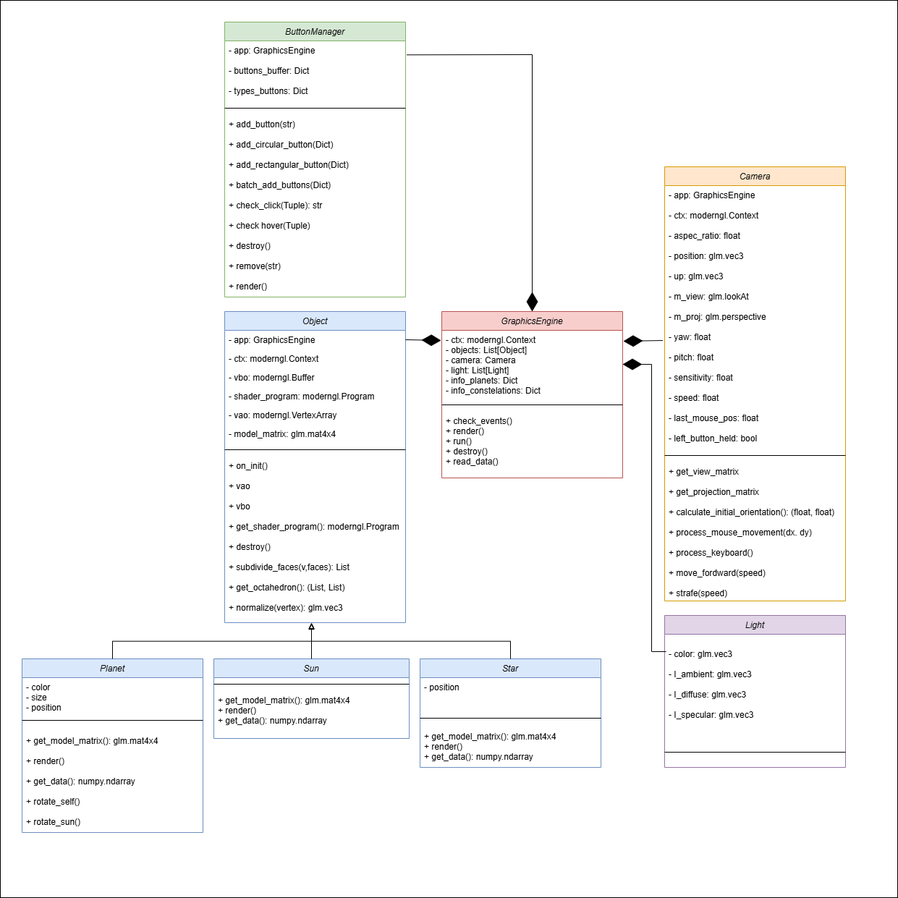
The draw.io diagram disseny/Diagrama de classes.png in guillemgarcia2183/Sistema-Solar, before a commit. Source tidied: cells renumbered, new cells last; positions are measured from the earlier drawing's top-left corner, leaving out a move shared by most shapes.
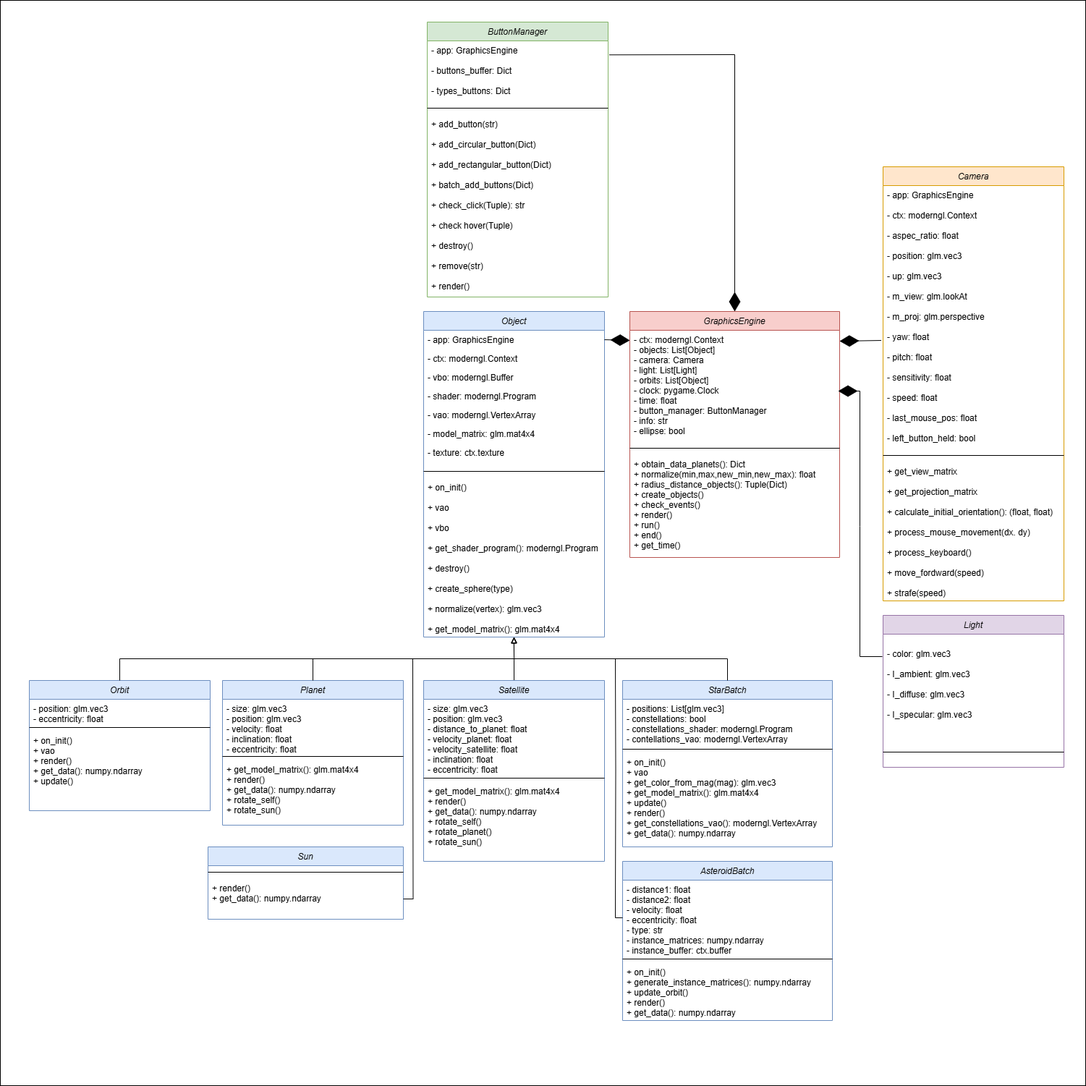
After the commit.

Commit message:
class diagram  updated

What changed in the source:
```diff
@@ -5,6 +5,6 @@
     <mxCell id="2" style="whiteSpace=wrap;html=1;fillColor=#FFFFFF;" parent="1" vertex="1">
-      <mxGeometry width="1240" height="1240" as="geometry" />
+      <mxGeometry x="-280" width="1500" height="1500" as="geometry" />
     </mxCell>
     <mxCell id="3" value="Object" style="swimlane;fontStyle=2;align=center;verticalAlign=top;horizontal=1;startSize=26;rounded=0;shadow=0;strokeWidth=1;fillColor=#dae8fc;strokeColor=#6c8ebf;" parent="1" vertex="1">
-      <mxGeometry x="310" y="430" width="250" height="430" as="geometry" />
+      <mxGeometry x="305" y="430" width="250" height="450" as="geometry" />
     </mxCell>
@@ -19,3 +19,3 @@
     </mxCell>
-    <mxCell id="7" value="- shader_program: moderngl.Program" style="text;align=left;verticalAlign=top;spacingLeft=4;spacingRight=4;overflow=hidden;rounded=0;shadow=0;html=0;" parent="3" vertex="1">
+    <mxCell id="7" value="- shader: moderngl.Program" style="text;align=left;verticalAlign=top;spacingLeft=4;spacingRight=4;overflow=hidden;rounded=0;shadow=0;html=0;" parent="3" vertex="1">
       <mxGeometry y="104" width="250" height="26" as="geometry" />
@@ -25,13 +25,16 @@
     </mxCell>
-    <mxCell id="9" value="- model_matrix: glm.mat4x4" style="text;align=left;verticalAlign=top;spacingLeft=4;spacingRight=4;overflow=hidden;rounded=0;shadow=0;html=0;" parent="3" vertex="1">
+    <mxCell id="9" value="- model_matrix: glm.mat4x4&#10;&#10;" style="text;align=left;verticalAlign=top;spacingLeft=4;spacingRight=4;overflow=hidden;rounded=0;shadow=0;html=0;" parent="3" vertex="1">
       <mxGeometry y="156" width="250" height="26" as="geometry" />
     </mxCell>
+    <mxCell id="45" value="- texture: ctx.texture&#10;&#10;" style="text;align=left;verticalAlign=top;spacingLeft=4;spacingRight=4;overflow=hidden;rounded=0;shadow=0;html=0;" parent="3" vertex="1">
+      <mxGeometry y="182" width="250" height="30" as="geometry" />
+    </mxCell>
     <mxCell id="10" style="line;html=1;strokeWidth=1;align=left;verticalAlign=middle;spacingTop=-1;spacingLeft=3;spacingRight=3;labelPosition=right;" parent="3" vertex="1">
-      <mxGeometry y="182" width="250" height="18" as="geometry" />
+      <mxGeometry y="212" width="250" height="18" as="geometry" />
     </mxCell>
-    <mxCell id="11" value="+ on_init()&#10;&#10;+ vao&#10;&#10;+ vbo&#10;&#10;+ get_shader_program(): moderngl.Program&#10;&#10;+ destroy()&#10;&#10;+ subdivide_faces(v,faces): List&#10;&#10;+ get_octahedron(): (List, List)&#10;&#10;+ normalize(vertex): glm.vec3&#10;&#10;" style="text;align=left;verticalAlign=top;spacingLeft=4;spacingRight=4;overflow=hidden;points=[[0,0.5],[1,0.5]];portConstraint=eastwest;" parent="3" vertex="1">
-      <mxGeometry y="200" width="250" height="230" as="geometry" />
+    <mxCell id="11" value="+ on_init()&#10;&#10;+ vao&#10;&#10;+ vbo&#10;&#10;+ get_shader_program(): moderngl.Program&#10;&#10;+ destroy()&#10;&#10;+ create_sphere(type)&#10;&#10;+ normalize(vertex): glm.vec3&#10;&#10;+ get_model_matrix(): glm.mat4x4" style="text;align=left;verticalAlign=top;spacingLeft=4;spacingRight=4;overflow=hidden;points=[[0,0.5],[1,0.5]];portConstraint=eastwest;" parent="3" vertex="1">
+      <mxGeometry y="230" width="250" height="220" as="geometry" />
     </mxCell>
     <mxCell id="12" value="Camera" style="swimlane;fontStyle=2;align=center;verticalAlign=top;horizontal=1;startSize=26;rounded=0;shadow=0;strokeWidth=1;fillColor=#ffe6cc;strokeColor=#d79b00;" parent="1" vertex="1">
-      <mxGeometry x="918" y="230" width="250" height="600" as="geometry" />
+      <mxGeometry x="940" y="230" width="250" height="600" as="geometry" />
     </mxCell>
@@ -47,24 +50,24 @@
     <mxCell id="16" value="Planet" style="swimlane;fontStyle=2;align=center;verticalAlign=top;horizontal=1;startSize=26;rounded=0;shadow=0;strokeWidth=1;fillColor=#dae8fc;strokeColor=#6c8ebf;" parent="1" vertex="1">
-      <mxGeometry x="30" y="910" width="250" height="240" as="geometry" />
+      <mxGeometry x="27" y="940" width="250" height="200" as="geometry" />
     </mxCell>
-    <mxCell id="17" value="- color&#10;- size&#10;- position" style="text;align=left;verticalAlign=top;spacingLeft=4;spacingRight=4;overflow=hidden;" parent="16" vertex="1">
-      <mxGeometry y="26" width="250" height="44" as="geometry" />
+    <mxCell id="17" value="- size: glm.vec3&#10;- position: glm.vec3&#10;- velocity: float&#10;- inclination: float&#10;- eccentricity: float" style="text;align=left;verticalAlign=top;spacingLeft=4;spacingRight=4;overflow=hidden;" parent="16" vertex="1">
+      <mxGeometry y="26" width="250" height="74" as="geometry" />
     </mxCell>
     <mxCell id="18" style="line;html=1;strokeWidth=1;align=left;verticalAlign=middle;spacingTop=-1;spacingLeft=3;spacingRight=3;labelPosition=right;" parent="16" vertex="1">
-      <mxGeometry y="70" width="250" height="30" as="geometry" />
+      <mxGeometry y="100" width="250" height="10" as="geometry" />
     </mxCell>
-    <mxCell id="19" value="+ get_model_matrix(): glm.mat4x4&#10;&#10;+ render()&#10;&#10;+ get_data(): numpy.ndarray&#10;&#10;+ rotate_self()&#10;&#10;+ rotate_sun()&#10;" style="text;align=left;verticalAlign=top;spacingLeft=4;spacingRight=4;overflow=hidden;" parent="16" vertex="1">
-      <mxGeometry y="100" width="250" height="140" as="geometry" />
+    <mxCell id="19" value="+ get_model_matrix(): glm.mat4x4&#10;+ render()&#10;+ get_data(): numpy.ndarray&#10;+ rotate_self()&#10;+ rotate_sun()&#10;" style="text;align=left;verticalAlign=top;spacingLeft=4;spacingRight=4;overflow=hidden;" parent="16" vertex="1">
+      <mxGeometry y="110" width="250" height="90" as="geometry" />
     </mxCell>
-    <mxCell id="20" value="Star" style="swimlane;fontStyle=2;align=center;verticalAlign=top;horizontal=1;startSize=26;rounded=0;shadow=0;strokeWidth=1;fillColor=#dae8fc;strokeColor=#6c8ebf;" parent="1" vertex="1">
-      <mxGeometry x="580" y="910" width="250" height="150" as="geometry" />
+    <mxCell id="20" value="StarBatch" style="swimlane;fontStyle=2;align=center;verticalAlign=top;horizontal=1;startSize=26;rounded=0;shadow=0;strokeWidth=1;fillColor=#dae8fc;strokeColor=#6c8ebf;" parent="1" vertex="1">
+      <mxGeometry x="580" y="940" width="290" height="230" as="geometry" />
     </mxCell>
-    <mxCell id="21" value="- position" style="text;align=left;verticalAlign=top;spacingLeft=4;spacingRight=4;overflow=hidden;" parent="20" vertex="1">
-      <mxGeometry y="26" width="250" height="44" as="geometry" />
+    <mxCell id="21" value="- positions: List[glm.vec3]&#10;- constellations: bool&#10;- constellations_shader: moderngl.Program&#10;- contellations_vao: moderngl.VertexArray" style="text;align=left;verticalAlign=top;spacingLeft=4;spacingRight=4;overflow=hidden;" parent="20" vertex="1">
+      <mxGeometry y="26" width="290" height="64" as="geometry" />
     </mxCell>
     <mxCell id="22" style="line;html=1;strokeWidth=1;align=left;verticalAlign=middle;spacingTop=-1;spacingLeft=3;spacingRight=3;labelPosition=right;" parent="20" vertex="1">
-      <mxGeometry y="70" width="250" height="24" as="geometry" />
+      <mxGeometry y="90" width="290" height="10" as="geometry" />
     </mxCell>
-    <mxCell id="23" value="+ get_model_matrix(): glm.mat4x4&#10;+ render()&#10;+ get_data(): numpy.ndarray&#10;&#10;" style="text;align=left;verticalAlign=top;spacingLeft=4;spacingRight=4;overflow=hidden;" parent="20" vertex="1">
-      <mxGeometry y="94" width="250" height="56" as="geometry" />
+    <mxCell id="23" value="+ on_init()&#10;+ vao&#10;+ get_color_from_mag(mag): glm.vec3&#10;+ get_model_matrix(): glm.mat4x4&#10;+ update()&#10;+ render()&#10;+ get_constellations_vao(): moderngl.VertexArray&#10;+ get_data(): numpy.ndarray" style="text;align=left;verticalAlign=top;spacingLeft=4;spacingRight=4;overflow=hidden;" parent="20" vertex="1">
+      <mxGeometry y="100" width="290" height="120" as="geometry" />
     </mxCell>
@@ -72,3 +75,3 @@
       <mxGeometry relative="1" as="geometry">
-        <mxPoint x="430" y="861" as="targetPoint" />
+        <mxPoint x="430" y="880" as="targetPoint" />
       </mxGeometry>
@@ -77,3 +80,3 @@
       <mxGeometry relative="1" as="geometry">
-        <mxPoint x="430" y="861" as="targetPoint" />
+        <mxPoint x="430" y="880" as="targetPoint" />
       </mxGeometry>
@@ -81,12 +84,12 @@
     <mxCell id="26" value="GraphicsEngine" style="swimlane;fontStyle=2;align=center;verticalAlign=top;horizontal=1;startSize=26;rounded=0;shadow=0;strokeWidth=1;fillColor=#f8cecc;strokeColor=#b85450;" parent="1" vertex="1">
-      <mxGeometry x="610" y="430" width="250" height="230" as="geometry" />
+      <mxGeometry x="590" y="430" width="290" height="340" as="geometry" />
     </mxCell>
-    <mxCell id="27" value="- ctx: moderngl.Context&#10;- objects: List[Object]&#10;- camera: Camera&#10;- light: List[Light]&#10;- info_planets: Dict&#10;- info_constelations: Dict" style="text;align=left;verticalAlign=top;spacingLeft=4;spacingRight=4;overflow=hidden;points=[[0,0.5],[1,0.5]];portConstraint=eastwest;rounded=0;shadow=0;html=0;" parent="26" vertex="1">
-      <mxGeometry y="26" width="250" height="94" as="geometry" />
+    <mxCell id="27" value="- ctx: moderngl.Context&#10;- objects: List[Object]&#10;- camera: Camera&#10;- light: List[Light]&#10;- orbits: List[Object]&#10;- clock: pygame.Clock&#10;- time: float&#10;- button_manager: ButtonManager&#10;- info: str&#10;- ellipse: bool" style="text;align=left;verticalAlign=top;spacingLeft=4;spacingRight=4;overflow=hidden;points=[[0,0.5],[1,0.5]];portConstraint=eastwest;rounded=0;shadow=0;html=0;" parent="26" vertex="1">
+      <mxGeometry y="26" width="290" height="154" as="geometry" />
     </mxCell>
     <mxCell id="28" style="line;html=1;strokeWidth=1;align=left;verticalAlign=middle;spacingTop=-1;spacingLeft=3;spacingRight=3;labelPosition=right;" parent="26" vertex="1">
-      <mxGeometry y="120" width="250" height="18" as="geometry" />
+      <mxGeometry y="180" width="290" height="18" as="geometry" />
     </mxCell>
-    <mxCell id="29" value="+ check_events()&#10;+ render()&#10;+ run()&#10;+ destroy()&#10;+ read_data()&#10;" style="text;align=left;verticalAlign=top;spacingLeft=4;spacingRight=4;overflow=hidden;" parent="26" vertex="1">
-      <mxGeometry y="138" width="250" height="92" as="geometry" />
+    <mxCell id="29" value="+ obtain_data_planets(): Dict&#10;+ normalize(min,max,new_min,new_max): float&#10;+ radius_distance_objects(): Tuple(Dict)&#10;+ create_objects()&#10;+ check_events()&#10;+ render()&#10;+ run()&#10;+ end()&#10;+ get_time()&#10;" style="text;align=left;verticalAlign=top;spacingLeft=4;spacingRight=4;overflow=hidden;" parent="26" vertex="1">
+      <mxGeometry y="198" width="290" height="132" as="geometry" />
     </mxCell>
@@ -94,8 +97,8 @@
       <mxGeometry relative="1" as="geometry">
-        <mxPoint x="609" y="470" as="targetPoint" />
+        <mxPoint x="590" y="470" as="targetPoint" />
       </mxGeometry>
     </mxCell>
-    <mxCell id="31" style="endArrow=diamondThin;endFill=1;endSize=24;html=1;rounded=0;entryX=1;entryY=0.5;entryDx=0;entryDy=0;exitX=-0.01;exitY=0.588;exitDx=0;exitDy=0;exitPerimeter=0;" parent="1" edge="1" source="13">
+    <mxCell id="31" style="endArrow=diamondThin;endFill=1;endSize=24;html=1;rounded=0;exitX=-0.01;exitY=0.588;exitDx=0;exitDy=0;exitPerimeter=0;" parent="1" edge="1" source="13">
       <mxGeometry relative="1" as="geometry">
-        <mxPoint x="861" y="471" as="targetPoint" />
+        <mxPoint x="880" y="471" as="targetPoint" />
       </mxGeometry>
@@ -103,3 +106,3 @@
     <mxCell id="32" value="Light" style="swimlane;fontStyle=2;align=center;verticalAlign=top;horizontal=1;startSize=26;rounded=0;shadow=0;strokeWidth=1;fillColor=#e1d5e7;strokeColor=#9673a6;" parent="1" vertex="1">
-      <mxGeometry x="918" y="850" width="250" height="210" as="geometry" />
+      <mxGeometry x="940" y="850" width="250" height="210" as="geometry" />
     </mxCell>
@@ -111,8 +114,10 @@
     </mxCell>
-    <mxCell id="35" style="endArrow=diamondThin;endFill=1;endSize=24;html=1;rounded=0;entryX=1;entryY=0.5;entryDx=0;entryDy=0;" parent="1" edge="1" target="27">
+    <mxCell id="35" style="endArrow=diamondThin;endFill=1;endSize=24;html=1;rounded=0;entryX=1;entryY=0.5;entryDx=0;entryDy=0;" parent="1" edge="1">
       <mxGeometry relative="1" as="geometry">
-        <mxPoint x="920" y="900" as="sourcePoint" />
+        <mxPoint x="939" y="907" as="sourcePoint" />
+        <mxPoint x="878" y="540" as="targetPoint" />
         <Array as="points">
-          <mxPoint x="900" y="900" />
-          <mxPoint x="900" y="503" />
+          <mxPoint x="908" y="907" />
+          <mxPoint x="908" y="727" />
+          <mxPoint x="908" y="540" />
         </Array>
@@ -121,3 +126,3 @@
     <mxCell id="36" value="Sun" style="swimlane;fontStyle=2;align=center;verticalAlign=top;horizontal=1;startSize=26;rounded=0;shadow=0;strokeWidth=1;fillColor=#dae8fc;strokeColor=#6c8ebf;" parent="1" vertex="1">
-      <mxGeometry x="295" y="910" width="270" height="110" as="geometry" />
+      <mxGeometry x="7" y="1170" width="270" height="100" as="geometry" />
     </mxCell>
@@ -126,3 +131,3 @@
     </mxCell>
-    <mxCell id="38" value="+ get_model_matrix(): glm.mat4x4&#10;+ render()&#10;+ get_data(): numpy.ndarray&#10;&#10;" style="text;align=left;verticalAlign=top;spacingLeft=4;spacingRight=4;overflow=hidden;points=[[0,0.5],[1,0.5]];portConstraint=eastwest;" parent="36" vertex="1">
+    <mxCell id="38" value="+ render()&#10;+ get_data(): numpy.ndarray&#10;&#10;" style="text;align=left;verticalAlign=top;spacingLeft=4;spacingRight=4;overflow=hidden;points=[[0,0.5],[1,0.5]];portConstraint=eastwest;" parent="36" vertex="1">
       <mxGeometry y="44" width="270" height="56" as="geometry" />
@@ -148,7 +153,56 @@
     </mxCell>
-    <mxCell id="44" style="endArrow=block;html=1;endFill=0;edgeStyle=elbowEdgeStyle;elbow=vertical;rounded=0;exitX=0.5;exitY=0;exitDx=0;exitDy=0;" parent="1" edge="1" source="36">
-      <mxGeometry relative="1" as="geometry">
-        <mxPoint x="430" y="860" as="targetPoint" />
-      </mxGeometry>
+    <mxCell id="44" style="endArrow=block;html=1;endFill=0;edgeStyle=elbowEdgeStyle;elbow=vertical;rounded=0;exitX=0.5;exitY=0;exitDx=0;exitDy=0;entryX=0.499;entryY=1.002;entryDx=0;entryDy=0;entryPerimeter=0;" parent="1" edge="1" source="46" target="11">
+      <mxGeometry relative="1" as="geometry" />
     </mxCell>
+    <mxCell id="46" value="Satellite" style="swimlane;fontStyle=2;align=center;verticalAlign=top;horizontal=1;startSize=26;rounded=0;shadow=0;strokeWidth=1;fillColor=#dae8fc;strokeColor=#6c8ebf;" parent="1" vertex="1">
+      <mxGeometry x="305" y="940" width="250" height="250" as="geometry" />
+    </mxCell>
+    <mxCell id="47" value="- size: glm.vec3&#10;- position: glm.vec3&#10;- distance_to_planet: float&#10;- velocity_planet: float&#10;- velocity_satellite: float&#10;- inclination: float&#10;- eccentricity: float" style="text;align=left;verticalAlign=top;spacingLeft=4;spacingRight=4;overflow=hidden;" parent="46" vertex="1">
+      <mxGeometry y="26" width="250" height="104" as="geometry" />
+    </mxCell>
+    <mxCell id="48" style="line;html=1;strokeWidth=1;align=left;verticalAlign=middle;spacingTop=-1;spacingLeft=3;spacingRight=3;labelPosition=right;" parent="46" vertex="1">
+      <mxGeometry y="130" width="250" height="10" as="geometry" />
+    </mxCell>
+    <mxCell id="49" value="+ get_model_matrix(): glm.mat4x4&#10;+ render()&#10;+ get_data(): numpy.ndarray&#10;+ rotate_self()&#10;+ rotate_planet()&#10;+ rotate_sun()&#10;" style="text;align=left;verticalAlign=top;spacingLeft=4;spacingRight=4;overflow=hidden;" parent="46" vertex="1">
+      <mxGeometry y="140" width="250" height="100" as="geometry" />
+    </mxCell>
+    <mxCell id="50" value="Orbit" style="swimlane;fontStyle=2;align=center;verticalAlign=top;horizontal=1;startSize=26;rounded=0;shadow=0;strokeWidth=1;fillColor=#dae8fc;strokeColor=#6c8ebf;" parent="1" vertex="1">
+      <mxGeometry x="-240" y="940" width="250" height="180" as="geometry" />
+    </mxCell>
+    <mxCell id="51" value="- position: glm.vec3&#10;- eccentricity: float&#10;" style="text;align=left;verticalAlign=top;spacingLeft=4;spacingRight=4;overflow=hidden;" parent="50" vertex="1">
+      <mxGeometry y="26" width="250" height="34" as="geometry" />
+    </mxCell>
+    <mxCell id="52" style="line;html=1;strokeWidth=1;align=left;verticalAlign=middle;spacingTop=-1;spacingLeft=3;spacingRight=3;labelPosition=right;" parent="50" vertex="1">
+      <mxGeometry y="60" width="250" height="10" as="geometry" />
+    </mxCell>
+    <mxCell id="53" value="+ on_init()&#10;+ vao&#10;+ render()&#10;+ get_data(): numpy.ndarray&#10;+ update()&#10;" style="text;align=left;verticalAlign=top;spacingLeft=4;spacingRight=4;overflow=hidden;" parent="50" vertex="1">
+      <mxGeometry y="70" width="250" height="110" as="geometry" />
+    </mxCell>
+    <mxCell id="54" value="AsteroidBatch" style="swimlane;fontStyle=2;align=center;verticalAlign=top;horizontal=1;startSize=26;rounded=0;shadow=0;strokeWidth=1;fillColor=#dae8fc;strokeColor=#6c8ebf;" parent="1" vertex="1">
+      <mxGeometry x="580" y="1190" width="290" height="220" as="geometry" />
+    </mxCell>
+    <mxCell id="55" value="- distance1: float&#10;- distance2: float&#10;- velocity: float&#10;- eccentricity: float&#10;- type: str&#10;- instance_matrices: numpy.ndarray&#10;- instance_buffer: ctx.buffer" style="text;align=left;verticalAlign=top;spacingLeft=4;spacingRight=4;overflow=hidden;points=[[0,0.5],[1,0.5]];portConstraint=eastwest;" parent="54" vertex="1">
+      <mxGeometry y="26" width="290" height="104" as="geometry" />
+    </mxCell>
+    <mxCell id="56" style="line;html=1;strokeWidth=1;align=left;verticalAlign=middle;spacingTop=-1;spacingLeft=3;spacingRight=3;labelPosition=right;" parent="54" vertex="1">
+      <mxGeometry y="130" width="290" height="10" as="geometry" />
+    </mxCell>
+    <mxCell id="57" value="+ on_init()&#10;+ generate_instance_matrices(): numpy.ndarray&#10;+ update_orbit()&#10;+ render()&#10;+ get_data(): numpy.ndarray" style="text;align=left;verticalAlign=top;spacingLeft=4;spacingRight=4;overflow=hidden;" parent="54" vertex="1">
+      <mxGeometry y="140" width="290" height="80" as="geometry" />
+    </mxCell>
+    <mxCell id="58" style="endArrow=block;html=1;endFill=0;edgeStyle=elbowEdgeStyle;elbow=vertical;rounded=0;exitX=0.5;exitY=0;exitDx=0;exitDy=0;" parent="1" edge="1" source="50">
+      <mxGeometry relative="1" as="geometry">
+        <mxPoint x="430" y="880" as="targetPoint" />
+      </mxGeometry>
+    </mxCell>
+    <mxCell id="59" style="endArrow=none;html=1;rounded=0;entryX=1;entryY=0.5;entryDx=0;entryDy=0;edgeStyle=orthogonalEdgeStyle;" parent="1" edge="1" target="38">
+      <mxGeometry relative="1" as="geometry">
+        <mxPoint x="290" y="910" as="sourcePoint" />
+      </mxGeometry>
+    </mxCell>
+    <mxCell id="60" style="endArrow=none;html=1;rounded=0;entryX=0;entryY=0.5;entryDx=0;entryDy=0;edgeStyle=orthogonalEdgeStyle;" parent="1" edge="1" target="55">
+      <mxGeometry relative="1" as="geometry">
+        <mxPoint x="570" y="910" as="sourcePoint" />
+      </mxGeometry>
+    </mxCell>
   </root>
```
